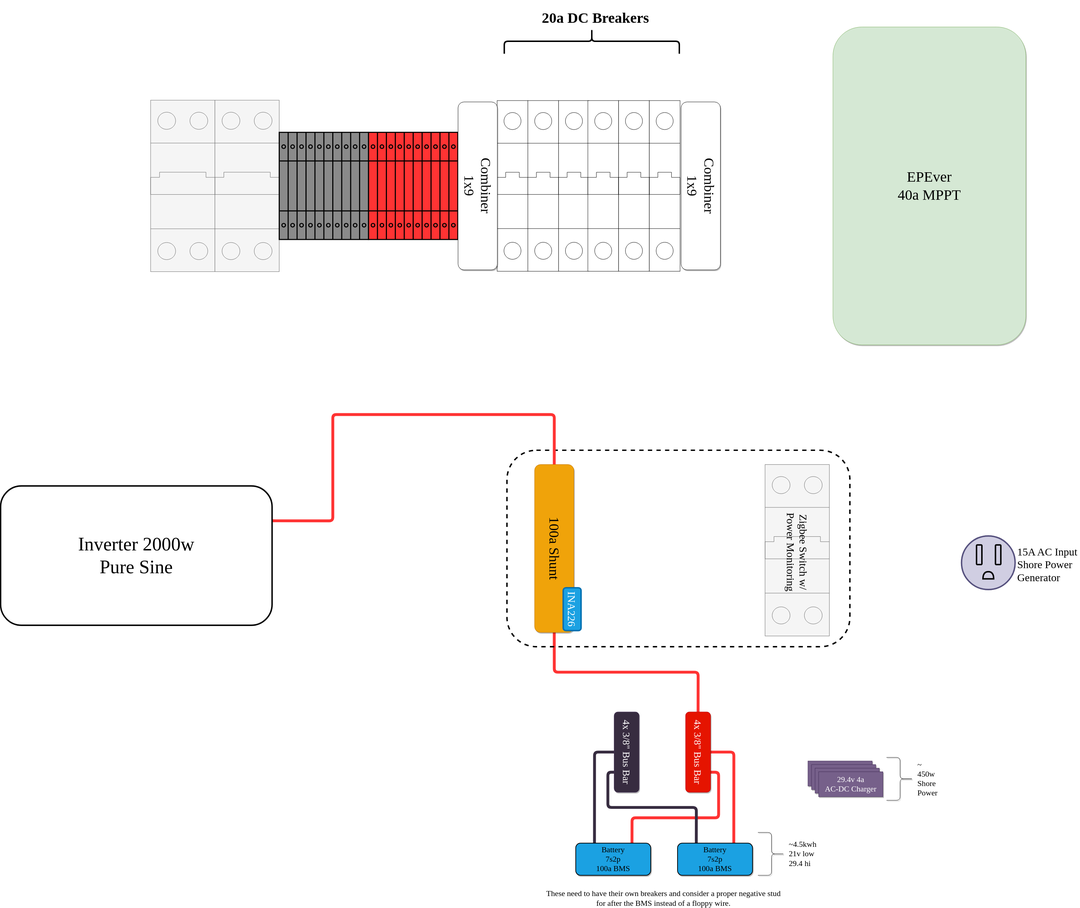
clomads/gary-bussy keeps this draw.io diagram as gary-bussy-electrical.drawio.svg. Above is the earlier version. Source tidied: cells renumbered, new cells last; positions are measured from the earlier drawing's top-left corner, leaving out a move shared by most shapes.
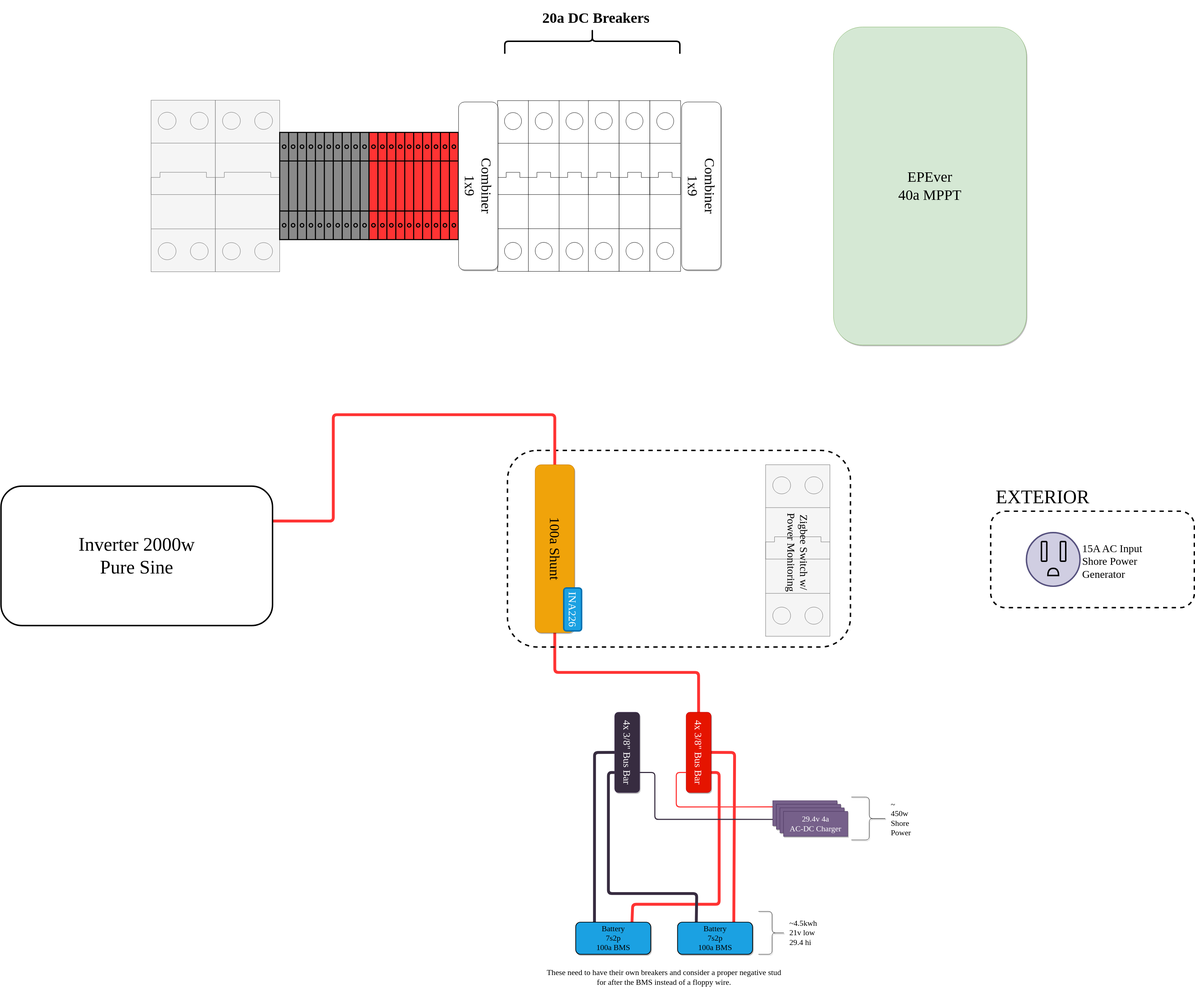
After the change.

Commit message:
connect dc charger

The edit, as a diff of the source:
```diff
@@ -5,8 +5,9 @@
     <mxCell id="2" style="edgeStyle=orthogonalEdgeStyle;rounded=1;jumpSize=7;jettySize=auto;html=1;exitX=0.75;exitY=0;exitDx=0;exitDy=0;strokeColor=#FF3333;strokeWidth=8;fontFamily=League Spartan;fontSource=https%3A%2F%2Ffonts.googleapis.com%2Fcss%3Ffamily%3DLeague%2BSpartan;fontSize=22;endArrow=none;endFill=0;entryX=0;entryY=0.25;entryDx=0;entryDy=0;" parent="1" edge="1" source="4" target="10">
       <mxGeometry relative="1" as="geometry">
         <Array as="points">
-          <mxPoint x="1768" y="2289" />
-          <mxPoint x="2010" y="2289" />
+          <mxPoint x="1768" y="2580" />
+          <mxPoint x="1768" y="2530" />
+          <mxPoint x="2010" y="2530" />
           <mxPoint x="2010" y="2161" />
         </Array>
       </mxGeometry>
@@ -15,7 +16,7 @@
       <mxGeometry relative="1" as="geometry" />
     </mxCell>
     <mxCell id="4" value="Battery&lt;br&gt;7s2p&lt;br&gt;100a BMS" style="rounded=1;whiteSpace=wrap;html=1;strokeWidth=2;fillWeight=4;hachureGap=8;hachureAngle=45;fillColor=#1ba1e2;sketch=0;fontSize=22;shadow=1;fontFamily=League Spartan;fontSource=https%3A%2F%2Ffonts.googleapis.com%2Fcss%3Ffamily%3DLeague%2BSpartan;" parent="1" vertex="1">
-      <mxGeometry x="1610" y="2360" width="210" height="90" as="geometry" />
+      <mxGeometry x="1608.5" y="2580" width="210" height="90" as="geometry" />
     </mxCell>
     <mxCell id="5" style="edgeStyle=orthogonalEdgeStyle;rounded=1;jumpSize=7;jettySize=auto;html=1;exitX=0.75;exitY=0;exitDx=0;exitDy=0;entryX=0;entryY=0.5;entryDx=0;entryDy=0;strokeColor=#FF3333;strokeWidth=8;fontFamily=League Spartan;fontSource=https%3A%2F%2Ffonts.googleapis.com%2Fcss%3Ffamily%3DLeague%2BSpartan;fontSize=22;endArrow=none;endFill=0;" parent="1" edge="1" source="7" target="10">
       <mxGeometry relative="1" as="geometry">
@@ -27,17 +28,17 @@
     <mxCell id="6" style="edgeStyle=orthogonalEdgeStyle;rounded=1;jumpSize=7;jettySize=auto;html=1;exitX=0.25;exitY=0;exitDx=0;exitDy=0;entryX=1;entryY=0.25;entryDx=0;entryDy=0;strokeColor=#372C40;strokeWidth=8;fontFamily=League Spartan;fontSource=https%3A%2F%2Ffonts.googleapis.com%2Fcss%3Ffamily%3DLeague%2BSpartan;fontSize=22;endArrow=none;endFill=0;" parent="1" edge="1" source="7" target="11">
       <mxGeometry relative="1" as="geometry">
         <Array as="points">
-          <mxPoint x="1947" y="2260" />
-          <mxPoint x="1700" y="2260" />
+          <mxPoint x="1947" y="2500" />
+          <mxPoint x="1700" y="2500" />
           <mxPoint x="1700" y="2161" />
         </Array>
       </mxGeometry>
     </mxCell>
     <mxCell id="7" value="Battery&lt;br&gt;7s2p&lt;br&gt;100a BMS" style="rounded=1;whiteSpace=wrap;html=1;strokeWidth=2;fillWeight=4;hachureGap=8;hachureAngle=45;fillColor=#1ba1e2;sketch=0;fontSize=22;shadow=1;fontFamily=League Spartan;fontSource=https%3A%2F%2Ffonts.googleapis.com%2Fcss%3Ffamily%3DLeague%2BSpartan;" parent="1" vertex="1">
-      <mxGeometry x="1895" y="2360" width="210" height="90" as="geometry" />
+      <mxGeometry x="1893.5" y="2580" width="210" height="90" as="geometry" />
     </mxCell>
     <mxCell id="8" value="~4.5kwh&lt;br&gt;21v low&lt;br&gt;29.4 hi&amp;nbsp;&amp;nbsp;" style="shape=curlyBracket;whiteSpace=wrap;html=1;rounded=1;flipH=1;labelPosition=right;verticalLabelPosition=middle;align=left;verticalAlign=middle;shadow=1;sketch=0;fontFamily=League Spartan;fontSource=https%3A%2F%2Ffonts.googleapis.com%2Fcss%3Ffamily%3DLeague%2BSpartan;fontSize=22;spacingLeft=9;" parent="1" vertex="1">
-      <mxGeometry x="2120" y="2330" width="76" height="120" as="geometry" />
+      <mxGeometry x="2120" y="2550" width="76" height="120" as="geometry" />
     </mxCell>
     <mxCell id="9" style="edgeStyle=orthogonalEdgeStyle;rounded=1;jettySize=auto;html=1;exitX=0.5;exitY=1;exitDx=0;exitDy=0;entryX=1;entryY=0.5;entryDx=0;entryDy=0;fontFamily=League Spartan;fontSource=https%3A%2F%2Ffonts.googleapis.com%2Fcss%3Ffamily%3DLeague%2BSpartan;fontSize=41;endArrow=none;endFill=0;strokeColor=#FF3333;strokeWidth=8;" parent="1" edge="1" source="10" target="38">
       <mxGeometry relative="1" as="geometry" />
@@ -49,22 +50,38 @@
       <mxGeometry x="1640" y="2070" width="225" height="70" as="geometry" />
     </mxCell>
     <mxCell id="12" value="These need to have their own breakers and consider a proper negative stud for after the BMS instead of a floppy wire.&lt;br&gt;" style="text;html=1;strokeColor=none;fillColor=none;align=center;verticalAlign=middle;whiteSpace=wrap;rounded=0;shadow=1;sketch=0;fontFamily=League Spartan;fontSource=https%3A%2F%2Ffonts.googleapis.com%2Fcss%3Ffamily%3DLeague%2BSpartan;fontSize=22;" parent="1" vertex="1">
-      <mxGeometry x="1516" y="2500" width="680" height="30" as="geometry" />
+      <mxGeometry x="1516" y="2720" width="680" height="30" as="geometry" />
     </mxCell>
+    <mxCell id="50" style="edgeStyle=orthogonalEdgeStyle;rounded=1;jettySize=auto;html=1;exitX=0;exitY=0.75;exitDx=0;exitDy=0;entryX=0;entryY=0.25;entryDx=0;entryDy=0;strokeColor=#372C40;strokeWidth=3;fontFamily=League Spartan;fontSource=https%3A%2F%2Ffonts.googleapis.com%2Fcss%3Ffamily%3DLeague%2BSpartan;fontSize=53;endArrow=none;endFill=0;" parent="1" edge="1" source="13" target="11">
+      <mxGeometry relative="1" as="geometry">
+        <Array as="points">
+          <mxPoint x="1830" y="2293" />
+          <mxPoint x="1830" y="2161" />
+        </Array>
+      </mxGeometry>
+    </mxCell>
+    <mxCell id="51" style="edgeStyle=orthogonalEdgeStyle;rounded=1;jettySize=auto;html=1;exitX=0;exitY=0.25;exitDx=0;exitDy=0;entryX=1;entryY=0.25;entryDx=0;entryDy=0;strokeColor=#FF3333;strokeWidth=3;fontFamily=League Spartan;fontSource=https%3A%2F%2Ffonts.googleapis.com%2Fcss%3Ffamily%3DLeague%2BSpartan;fontSize=53;endArrow=none;endFill=0;" parent="1" edge="1" source="13" target="10">
+      <mxGeometry relative="1" as="geometry">
+        <Array as="points">
+          <mxPoint x="1890" y="2257" />
+          <mxPoint x="1890" y="2161" />
+        </Array>
+      </mxGeometry>
+    </mxCell>
     <mxCell id="13" value="&lt;font color=&quot;#ffffff&quot;&gt;29.4v 4a &lt;br&gt;AC-DC Charger&lt;/font&gt;" style="rounded=0;whiteSpace=wrap;html=1;shadow=1;sketch=0;fontFamily=League Spartan;fontSource=https%3A%2F%2Ffonts.googleapis.com%2Fcss%3Ffamily%3DLeague%2BSpartan;fontSize=22;fillColor=#76608a;fontColor=#ffffff;strokeColor=#432D57;" parent="1" vertex="1">
-      <mxGeometry x="2260" y="2130" width="180" height="70" as="geometry" />
+      <mxGeometry x="2160" y="2240" width="180" height="70" as="geometry" />
     </mxCell>
     <mxCell id="14" value="&lt;font color=&quot;#ffffff&quot;&gt;29.4v 4a &lt;br&gt;AC-DC Charger&lt;/font&gt;" style="rounded=0;whiteSpace=wrap;html=1;shadow=1;sketch=0;fontFamily=League Spartan;fontSource=https%3A%2F%2Ffonts.googleapis.com%2Fcss%3Ffamily%3DLeague%2BSpartan;fontSize=22;fillColor=#76608a;fontColor=#ffffff;strokeColor=#432D57;" parent="1" vertex="1">
-      <mxGeometry x="2270" y="2140" width="180" height="70" as="geometry" />
+      <mxGeometry x="2170" y="2250" width="180" height="70" as="geometry" />
     </mxCell>
     <mxCell id="15" value="&lt;font color=&quot;#ffffff&quot;&gt;29.4v 4a &lt;br&gt;AC-DC Charger&lt;/font&gt;" style="rounded=0;whiteSpace=wrap;html=1;shadow=1;sketch=0;fontFamily=League Spartan;fontSource=https%3A%2F%2Ffonts.googleapis.com%2Fcss%3Ffamily%3DLeague%2BSpartan;fontSize=22;fillColor=#76608a;fontColor=#ffffff;strokeColor=#432D57;" parent="1" vertex="1">
-      <mxGeometry x="2280" y="2150" width="180" height="70" as="geometry" />
+      <mxGeometry x="2180" y="2260" width="180" height="70" as="geometry" />
     </mxCell>
     <mxCell id="16" value="&lt;font color=&quot;#ffffff&quot;&gt;29.4v 4a &lt;br&gt;AC-DC Charger&lt;/font&gt;" style="rounded=0;whiteSpace=wrap;html=1;shadow=1;sketch=0;fontFamily=League Spartan;fontSource=https%3A%2F%2Ffonts.googleapis.com%2Fcss%3Ffamily%3DLeague%2BSpartan;fontSize=22;fillColor=#76608a;fontColor=#ffffff;strokeColor=#432D57;" parent="1" vertex="1">
-      <mxGeometry x="2290" y="2160" width="180" height="70" as="geometry" />
+      <mxGeometry x="2190" y="2270" width="180" height="70" as="geometry" />
     </mxCell>
     <mxCell id="17" value="~&lt;br&gt;450w&lt;br&gt;Shore Power" style="shape=curlyBracket;whiteSpace=wrap;html=1;rounded=1;flipH=1;labelPosition=right;verticalLabelPosition=middle;align=left;verticalAlign=middle;shadow=1;sketch=0;fontFamily=League Spartan;fontSource=https%3A%2F%2Ffonts.googleapis.com%2Fcss%3Ffamily%3DLeague%2BSpartan;fontSize=22;spacingLeft=9;" parent="1" vertex="1">
-      <mxGeometry x="2480" y="2120" width="76" height="120" as="geometry" />
+      <mxGeometry x="2380" y="2230" width="100" height="120" as="geometry" />
     </mxCell>
     <mxCell id="18" value="EPEver&lt;br style=&quot;font-size: 41px;&quot;&gt;40a MPPT" style="rounded=1;whiteSpace=wrap;html=1;shadow=1;sketch=0;fontFamily=League Spartan;fontSource=https%3A%2F%2Ffonts.googleapis.com%2Fcss%3Ffamily%3DLeague%2BSpartan;fontSize=41;fillColor=#d5e8d4;strokeColor=#82b366;" parent="1" vertex="1">
       <mxGeometry x="2330" y="75" width="540" height="890" as="geometry" />
@@ -144,8 +161,20 @@
     <mxCell id="41" value="Zigbee Switch w/&lt;br&gt;Power Monitoring" style="text;html=1;align=center;verticalAlign=middle;strokeColor=none;fillColor=none;fontSize=30;fontFamily=League Spartan;shadow=0;rotation=90;" parent="1" vertex="1">
       <mxGeometry x="2110" y="1500" width="240" height="90" as="geometry" />
     </mxCell>
+    <mxCell id="49" value="Inverter 2000w&lt;br style=&quot;font-size: 53px;&quot;&gt;Pure Sine" style="rounded=1;whiteSpace=wrap;html=1;shadow=0;sketch=0;strokeColor=default;strokeWidth=4;fontFamily=League Spartan;fontSource=https%3A%2F%2Ffonts.googleapis.com%2Fcss%3Ffamily%3DLeague%2BSpartan;fontSize=53;fillColor=none;" parent="1" vertex="1">
+      <mxGeometry y="1360" width="760" height="390" as="geometry" />
+    </mxCell>
+    <mxCell id="52" style="group;" parent="1" vertex="1">
+      <mxGeometry x="2770" y="1350" width="570" height="350" as="geometry" />
+    </mxCell>
+    <mxCell id="53" style="rounded=1;whiteSpace=wrap;html=1;sketch=0;strokeColor=default;strokeWidth=4;fontFamily=League Spartan;fontSource=https%3A%2F%2Ffonts.googleapis.com%2Fcss%3Ffamily%3DLeague%2BSpartan;fontSize=41;fillColor=none;dashed=1;perimeterSpacing=0;" parent="52" vertex="1">
+      <mxGeometry y="80" width="570" height="270" as="geometry" />
+    </mxCell>
+    <mxCell id="54" value="EXTERIOR" style="text;html=1;align=center;verticalAlign=middle;strokeColor=none;fillColor=none;fontSize=53;fontFamily=League Spartan;" parent="52" vertex="1">
+      <mxGeometry x="20" width="250" height="80" as="geometry" />
+    </mxCell>
-    <mxCell id="42" style="group;" parent="1" vertex="1">
-      <mxGeometry x="2690" y="1500" width="330" height="150" as="geometry" />
+    <mxCell id="42" style="group;" parent="52" vertex="1">
+      <mxGeometry x="100" y="140" width="330" height="150" as="geometry" />
     </mxCell>
     <mxCell id="43" style="group;" parent="42" vertex="1">
       <mxGeometry width="150" height="150" as="geometry" />
@@ -165,8 +194,5 @@
     <mxCell id="48" value="&lt;div style=&quot;text-align: left;&quot;&gt;&lt;span style=&quot;background-color: initial;&quot;&gt;15A AC Input&lt;/span&gt;&lt;/div&gt;&lt;div style=&quot;text-align: left;&quot;&gt;&lt;span style=&quot;background-color: initial;&quot;&gt;Shore Power&lt;/span&gt;&lt;/div&gt;&lt;div style=&quot;text-align: left;&quot;&gt;&lt;span style=&quot;background-color: initial;&quot;&gt;Generator&lt;/span&gt;&lt;/div&gt;" style="text;html=1;align=center;verticalAlign=middle;strokeColor=none;fillColor=none;fontSize=30;fontFamily=League Spartan;" parent="42" vertex="1">
       <mxGeometry x="150" y="20" width="180" height="120" as="geometry" />
     </mxCell>
-    <mxCell id="49" value="Inverter 2000w&lt;br style=&quot;font-size: 53px;&quot;&gt;Pure Sine" style="rounded=1;whiteSpace=wrap;html=1;shadow=0;sketch=0;strokeColor=default;strokeWidth=4;fontFamily=League Spartan;fontSource=https%3A%2F%2Ffonts.googleapis.com%2Fcss%3Ffamily%3DLeague%2BSpartan;fontSize=53;fillColor=none;" parent="1" vertex="1">
-      <mxGeometry y="1360" width="760" height="390" as="geometry" />
-    </mxCell>
   </root>
 </mxGraphModel>
```
